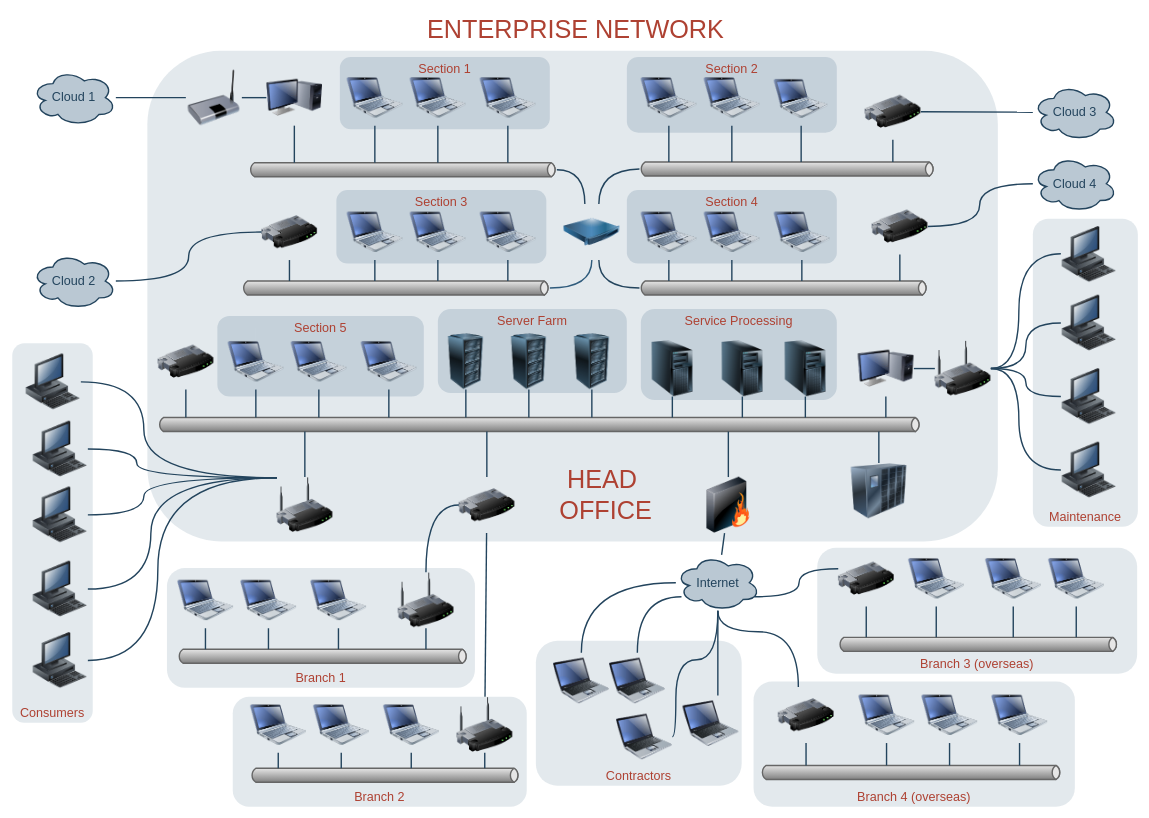
Before: networking/Untitled Diagram.drawio in metastable-void/diagrams.net, a draw.io diagram. Source tidied: cells renumbered, new cells numbered last; positions are measured from the earlier drawing's top-left corner, leaving out a move shared by most shapes. Both pictures are drawn from the tidied source at 70%, with x=0, y=0 at pixel (12, 12).
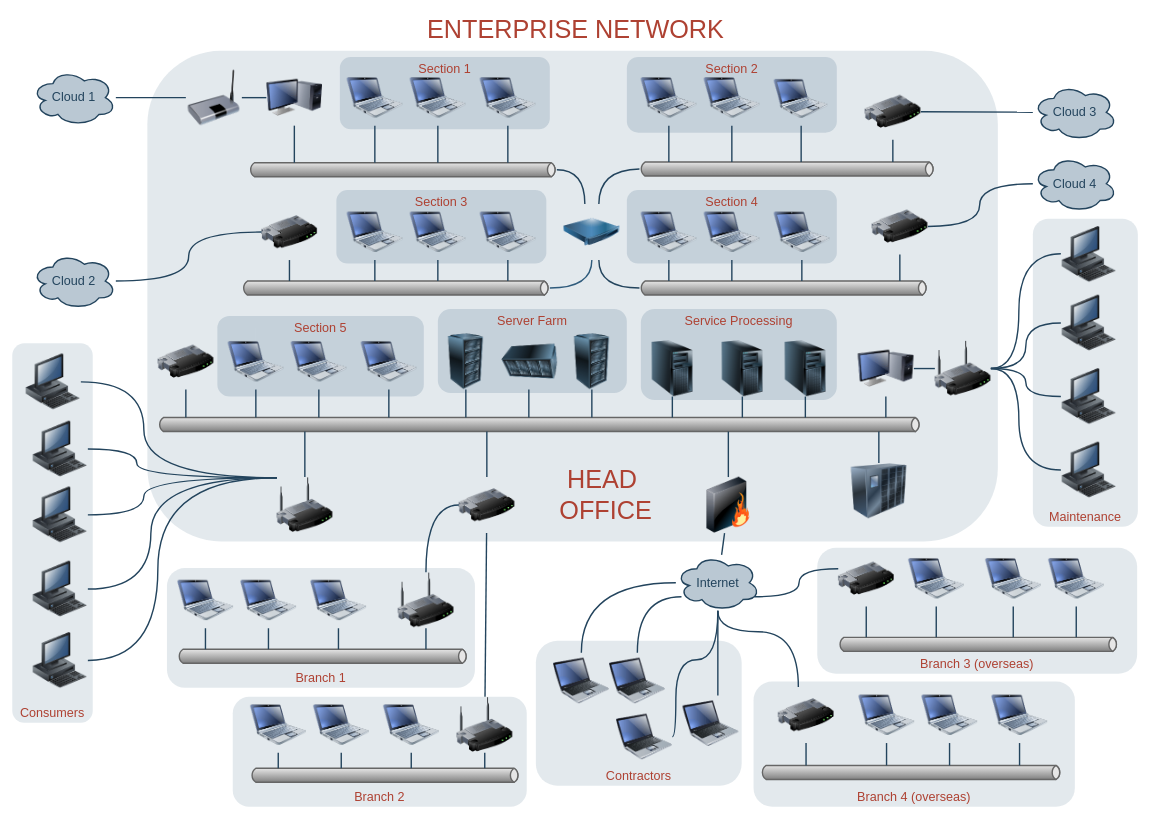
After the change.

The edit, as a diff of the source:
```diff
@@
-    <mxCell id="40" style="image;html=1;image=img/lib/clip_art/computers/Server_Rack_128x128.png;shadow=0;strokeColor=#000000;fillColor=#FFFFFF;gradientColor=none;fontSize=18;fontColor=#F08705;fontStyle=0;" parent="1" vertex="1">
+    <mxCell id="40" style="image;html=1;image=img/lib/clip_art/computers/Server_Rack_128x128.png;shadow=0;strokeColor=#000000;fillColor=#FFFFFF;gradientColor=none;fontSize=18;fontColor=#F08705;fontStyle=0;direction=south;" parent="1" vertex="1">
       <mxGeometry x="698" y="459" width="80" height="80" as="geometry" />
     </mxCell>
```
